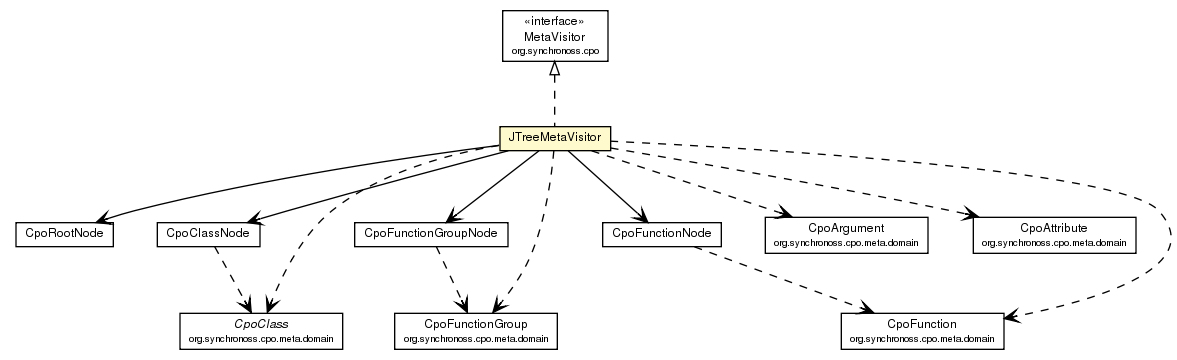
This is site/apidocs/org/synchronoss/cpo/util/JTreeMetaVisitor.png from synchronoss/cpo-util, a Graphviz export, as it was before one commit. Its source is kept beside it as site/apidocs/org/synchronoss/cpo/util/JTreeMetaVisitor.dot.
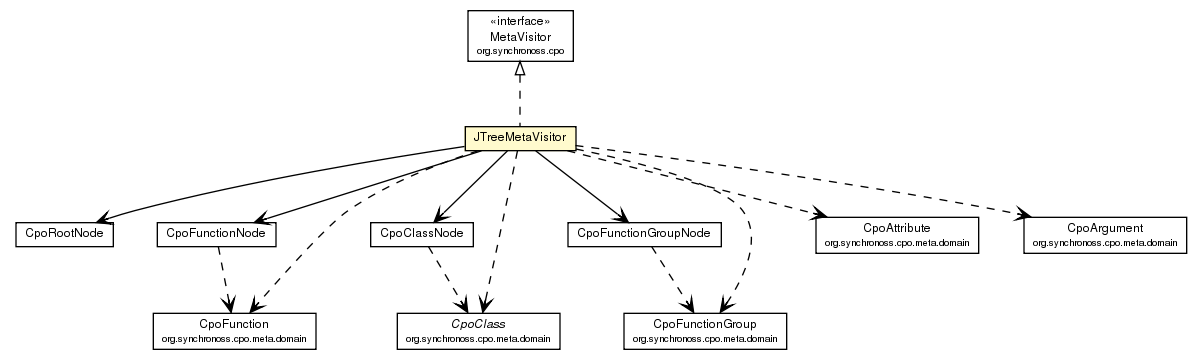
After the commit.

Diff of the diagram source:
```diff
@@ -37,7 +37,7 @@
 	c1707:p -> c1768:p [taillabel="", label="", headlabel="", fontname="Helvetica", fontcolor="black", fontsize=10.0, color="black", arrowhead=open, style=dashed];
 	c1707:p -> c1769:p [taillabel="", label="", headlabel="", fontname="Helvetica", fontcolor="black", fontsize=10.0, color="black", arrowhead=open, style=dashed];
 	c1707:p -> c1770:p [taillabel="", label="", headlabel="", fontname="Helvetica", fontcolor="black", fontsize=10.0, color="black", arrowhead=open, style=dashed];
-	c1721:p -> c1770:p [taillabel="", label="", headlabel="", fontname="Helvetica", fontcolor="black", fontsize=10.0, color="black", arrowhead=open, style=dashed];
+	c1721:p -> c1768:p [taillabel="", label="", headlabel="", fontname="Helvetica", fontcolor="black", fontsize=10.0, color="black", arrowhead=open, style=dashed];
 	c1723:p -> c1767:p [taillabel="", label="", headlabel="", fontname="Helvetica", fontcolor="black", fontsize=10.0, color="black", arrowhead=open, style=dashed];
 	c1728:p -> c1766:p [taillabel="", label="", headlabel="", fontname="Helvetica", fontcolor="black", fontsize=10.0, color="black", arrowhead=open, style=dashed];
 	c1767 [label=<<table border="0" cellborder="1" cellspacing="0" cellpadding="2" port="p" href="http://java.sun.com/j2se/1.4.2/docs/api/org/synchronoss/cpo/meta/domain/CpoClass.html">
@@ -46,7 +46,7 @@
 			<tr><td><font point-size="7.0"> org.synchronoss.cpo.meta.domain </font></td></tr>
 		</table></td></tr>
 		</table>>, fontname="Helvetica", fontcolor="black", fontsize=9.0];
-	c1768 [label=<<table border="0" cellborder="1" cellspacing="0" cellpadding="2" port="p" href="http://java.sun.com/j2se/1.4.2/docs/api/org/synchronoss/cpo/meta/domain/CpoArgument.html">
+	c1770 [label=<<table border="0" cellborder="1" cellspacing="0" cellpadding="2" port="p" href="http://java.sun.com/j2se/1.4.2/docs/api/org/synchronoss/cpo/meta/domain/CpoArgument.html">
 		<tr><td><table border="0" cellspacing="0" cellpadding="1">
 			<tr><td> CpoArgument </td></tr>
 			<tr><td><font point-size="7.0"> org.synchronoss.cpo.meta.domain </font></td></tr>
@@ -58,7 +58,7 @@
 			<tr><td><font point-size="7.0"> org.synchronoss.cpo.meta.domain </font></td></tr>
 		</table></td></tr>
 		</table>>, fontname="Helvetica", fontcolor="black", fontsize=9.0];
-	c1770 [label=<<table border="0" cellborder="1" cellspacing="0" cellpadding="2" port="p" href="http://java.sun.com/j2se/1.4.2/docs/api/org/synchronoss/cpo/meta/domain/CpoFunction.html">
+	c1768 [label=<<table border="0" cellborder="1" cellspacing="0" cellpadding="2" port="p" href="http://java.sun.com/j2se/1.4.2/docs/api/org/synchronoss/cpo/meta/domain/CpoFunction.html">
 		<tr><td><table border="0" cellspacing="0" cellpadding="1">
 			<tr><td> CpoFunction </td></tr>
 			<tr><td><font point-size="7.0"> org.synchronoss.cpo.meta.domain </font></td></tr>
```
